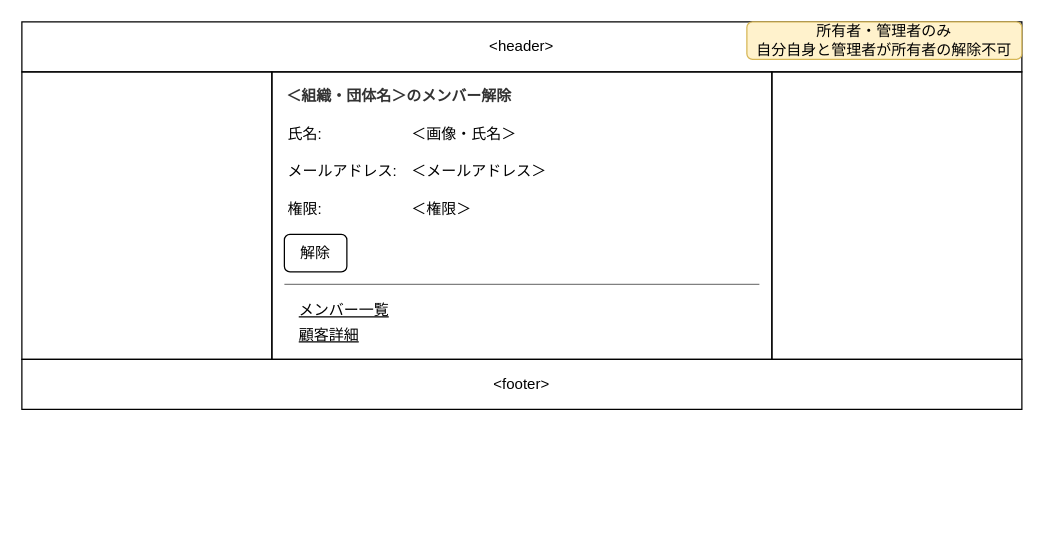
This is 設計/画面設計/メンバー解除.drawio from nightonlypj/rails-app-origin, a draw.io file, before an edit. Source tidied: cells renumbered, new cells numbered last; positions are measured from the earlier drawing's top-left corner, leaving out a move shared by most shapes. Both pictures are drawn from the tidied source at 125%, with x=0, y=0 at pixel (21, 21).
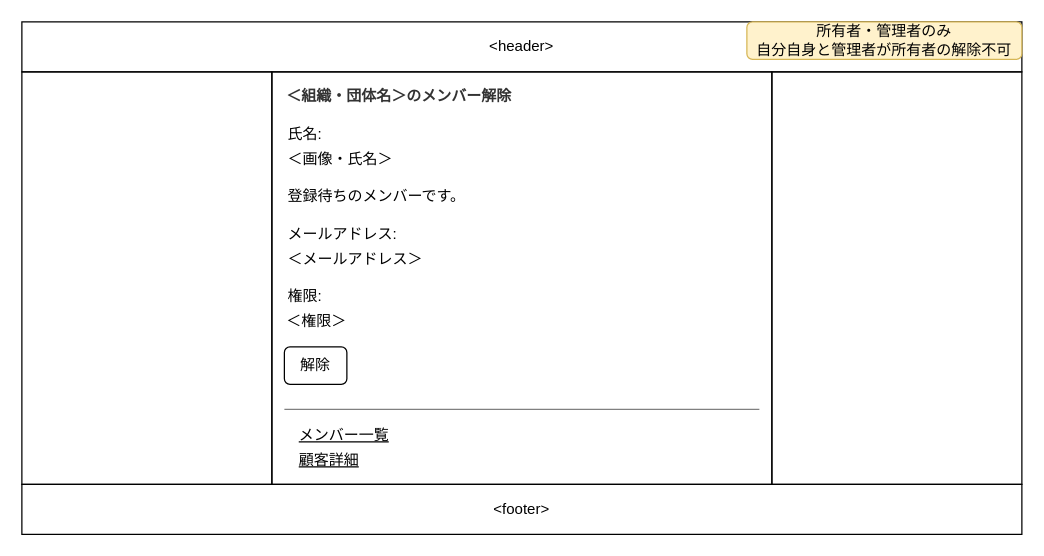
The same diagram, later.

Change to the diagram source:
```diff
@@
     <mxCell id="3" value="&amp;lt;footer&amp;gt;" style="rounded=0;whiteSpace=wrap;html=1;fillColor=none;" parent="1" vertex="1">
-      <mxGeometry y="270" width="800" height="40" as="geometry" />
+      <mxGeometry y="370" width="800" height="40" as="geometry" />
     </mxCell>
     <mxCell id="4" style="rounded=0;whiteSpace=wrap;html=1;fillColor=none;" parent="1" vertex="1">
-      <mxGeometry x="200" y="40" width="400" height="230" as="geometry" />
+      <mxGeometry x="200" y="40" width="400" height="330" as="geometry" />
     </mxCell>
     <mxCell id="5" style="rounded=0;whiteSpace=wrap;html=1;fillColor=none;" parent="1" vertex="1">
-      <mxGeometry y="40" width="200" height="230" as="geometry" />
+      <mxGeometry y="40" width="200" height="330" as="geometry" />
     </mxCell>
     <mxCell id="6" style="rounded=0;whiteSpace=wrap;html=1;fillColor=none;" parent="1" vertex="1">
-      <mxGeometry x="600" y="40" width="200" height="230" as="geometry" />
+      <mxGeometry x="600" y="40" width="200" height="330" as="geometry" />
     </mxCell>
@@
     <mxCell id="8" value="解除" style="rounded=1;whiteSpace=wrap;html=1;align=center;" parent="1" vertex="1">
-      <mxGeometry x="210" y="170" width="50" height="30" as="geometry" />
+      <mxGeometry x="210" y="260" width="50" height="30" as="geometry" />
     </mxCell>
     <mxCell id="9" value="&lt;u&gt;メンバー一覧&lt;/u&gt;" style="text;html=1;strokeColor=none;fillColor=none;align=left;verticalAlign=middle;whiteSpace=wrap;rounded=0;" parent="1" vertex="1">
-      <mxGeometry x="220" y="221" width="80" height="20" as="geometry" />
+      <mxGeometry x="220" y="321" width="80" height="20" as="geometry" />
     </mxCell>
     <mxCell id="10" style="endArrow=none;html=1;strokeColor=#808080;" parent="1" edge="1">
       <mxGeometry relative="1" as="geometry">
-        <mxPoint x="210" y="210" as="sourcePoint" />
-        <mxPoint x="590" y="210" as="targetPoint" />
+        <mxPoint x="210" y="310" as="sourcePoint" />
+        <mxPoint x="590" y="310" as="targetPoint" />
       </mxGeometry>
     </mxCell>
     <mxCell id="11" value="&lt;u&gt;顧客詳細&lt;/u&gt;" style="text;html=1;strokeColor=none;fillColor=none;align=left;verticalAlign=middle;whiteSpace=wrap;rounded=0;" parent="1" vertex="1">
-      <mxGeometry x="220" y="241" width="60" height="20" as="geometry" />
+      <mxGeometry x="220" y="341" width="60" height="20" as="geometry" />
     </mxCell>
     <mxCell id="12" value="＜権限＞" style="text;html=1;strokeColor=none;fillColor=none;align=left;verticalAlign=middle;whiteSpace=wrap;rounded=0;" parent="1" vertex="1">
-      <mxGeometry x="310" y="140" width="60" height="20" as="geometry" />
+      <mxGeometry x="210" y="230" width="60" height="20" as="geometry" />
     </mxCell>
     <mxCell id="13" value="&lt;span&gt;権限:&lt;/span&gt;" style="text;html=1;strokeColor=none;fillColor=none;align=left;verticalAlign=middle;whiteSpace=wrap;rounded=0;" parent="1" vertex="1">
-      <mxGeometry x="211" y="140" width="39" height="20" as="geometry" />
+      <mxGeometry x="211" y="210" width="39" height="20" as="geometry" />
     </mxCell>
     <mxCell id="14" value="＜画像・氏名＞" style="text;html=1;strokeColor=none;fillColor=none;align=left;verticalAlign=middle;whiteSpace=wrap;rounded=0;" parent="1" vertex="1">
-      <mxGeometry x="310" y="80" width="90" height="20" as="geometry" />
+      <mxGeometry x="211" y="100" width="90" height="20" as="geometry" />
     </mxCell>
@@
     <mxCell id="16" value="＜メールアドレス＞" style="text;html=1;strokeColor=none;fillColor=none;align=left;verticalAlign=middle;whiteSpace=wrap;rounded=0;" parent="1" vertex="1">
-      <mxGeometry x="310" y="110" width="120" height="20" as="geometry" />
+      <mxGeometry x="211" y="180" width="120" height="20" as="geometry" />
     </mxCell>
     <mxCell id="17" value="&lt;span&gt;メールアドレス:&lt;/span&gt;" style="text;html=1;strokeColor=none;fillColor=none;align=left;verticalAlign=middle;whiteSpace=wrap;rounded=0;" parent="1" vertex="1">
-      <mxGeometry x="211" y="110" width="99" height="20" as="geometry" />
+      <mxGeometry x="211" y="160" width="99" height="20" as="geometry" />
     </mxCell>
@@
+    <mxCell id="19" value="登録待ちのメンバーです。" style="text;html=1;strokeColor=none;fillColor=none;align=left;verticalAlign=middle;whiteSpace=wrap;rounded=0;" parent="1" vertex="1">
+      <mxGeometry x="211" y="130" width="149" height="20" as="geometry" />
+    </mxCell>
```
